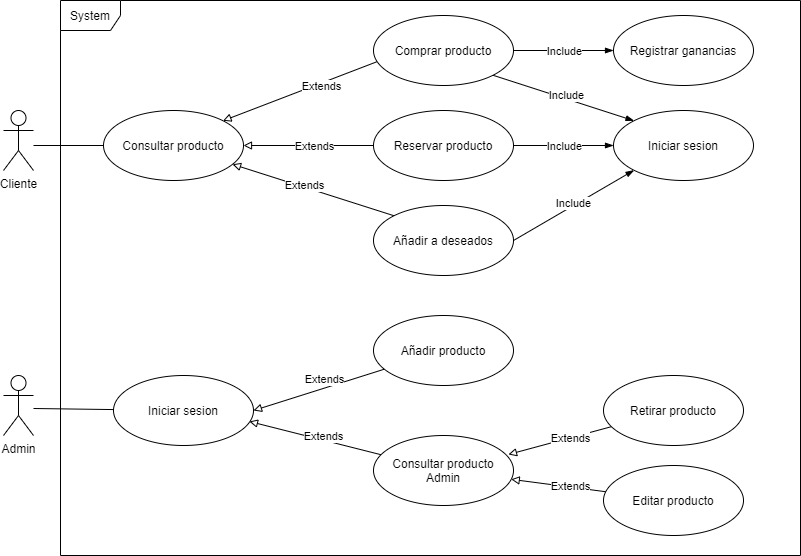
Earlier version of the draw.io export analisis/resources/Gestióndeproductos.png (Bluishres/La-tienda-del-infinito). Source tidied: cells renumbered, new cells last; positions are measured from the earlier drawing's top-left corner, leaving out a move shared by most shapes.
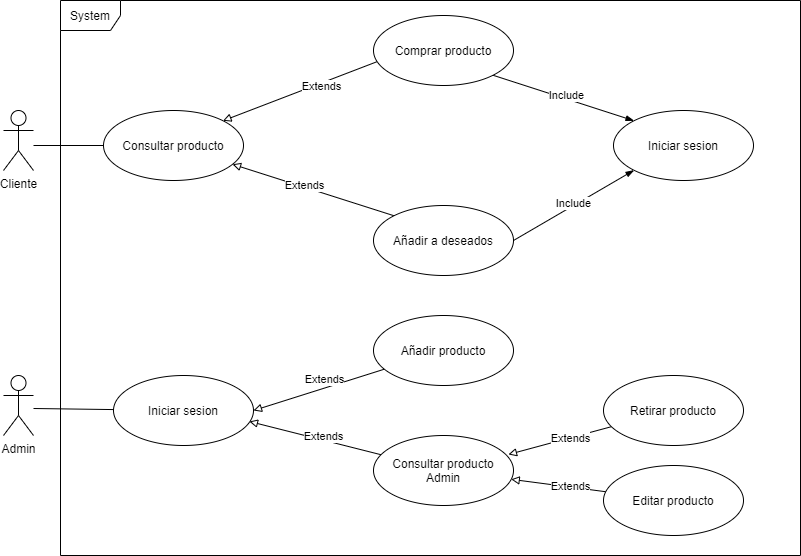
Later version of the same file.

Change to the diagram source:
```diff
@@ -32,36 +32,9 @@
         <mxPoint x="-13" y="-9" as="offset" />
       </mxGeometry>
     </mxCell>
-    <mxCell id="10" style="edgeStyle=orthogonalEdgeStyle;rounded=0;jettySize=auto;html=1;entryX=0;entryY=0.5;entryDx=0;entryDy=0;endArrow=blockThin;endFill=1;" parent="1" edge="1" source="12" target="39">
-      <mxGeometry relative="1" as="geometry" />
-    </mxCell>
-    <mxCell id="11" value="Include" style="edgeLabel;html=1;align=center;verticalAlign=middle;" parent="10" vertex="1">
-      <mxGeometry x="0.28" y="-2" relative="1" as="geometry">
-        <mxPoint x="-14" y="-2" as="offset" />
-      </mxGeometry>
-    </mxCell>
     <mxCell id="12" value="Comprar producto" style="ellipse;whiteSpace=wrap;html=1;" parent="1" vertex="1">
       <mxGeometry x="370" y="15" width="140" height="70" as="geometry" />
     </mxCell>
-    <mxCell id="13" style="edgeStyle=none;rounded=0;jettySize=auto;html=1;exitX=0;exitY=0.5;exitDx=0;exitDy=0;entryX=1;entryY=0.5;entryDx=0;entryDy=0;endArrow=block;endFill=0;" parent="1" edge="1" source="17" target="5">
-      <mxGeometry relative="1" as="geometry" />
-    </mxCell>
-    <mxCell id="14" value="Extends" style="edgeLabel;html=1;align=center;verticalAlign=middle;" parent="13" vertex="1">
-      <mxGeometry x="-0.31" relative="1" as="geometry">
-        <mxPoint x="-15" as="offset" />
-      </mxGeometry>
-    </mxCell>
-    <mxCell id="15" style="edgeStyle=none;rounded=0;jettySize=auto;html=1;exitX=1;exitY=0.5;exitDx=0;exitDy=0;endArrow=blockThin;endFill=1;" parent="1" edge="1" source="17" target="23">
-      <mxGeometry relative="1" as="geometry" />
-    </mxCell>
-    <mxCell id="16" value="Include" style="edgeLabel;html=1;align=center;verticalAlign=middle;" parent="15" vertex="1">
-      <mxGeometry x="0.4" y="-2" relative="1" as="geometry">
-        <mxPoint x="-20" y="-2" as="offset" />
-      </mxGeometry>
-    </mxCell>
-    <mxCell id="17" value="Reservar producto" style="ellipse;whiteSpace=wrap;html=1;" parent="1" vertex="1">
-      <mxGeometry x="370" y="110" width="140" height="70" as="geometry" />
-    </mxCell>
     <mxCell id="18" style="edgeStyle=none;rounded=0;jettySize=auto;html=1;exitX=0;exitY=0;exitDx=0;exitDy=0;endArrow=block;endFill=0;" parent="1" edge="1" source="22" target="5">
       <mxGeometry relative="1" as="geometry" />
     </mxCell>
@@ -137,8 +110,5 @@
     <mxCell id="38" value="Consultar producto Admin" style="ellipse;whiteSpace=wrap;html=1;" parent="1" vertex="1">
       <mxGeometry x="370" y="435" width="140" height="70" as="geometry" />
     </mxCell>
-    <mxCell id="39" value="Registrar ganancias" style="ellipse;whiteSpace=wrap;html=1;" parent="1" vertex="1">
-      <mxGeometry x="610" y="15" width="140" height="70" as="geometry" />
-    </mxCell>
   </root>
 </mxGraphModel>
```
